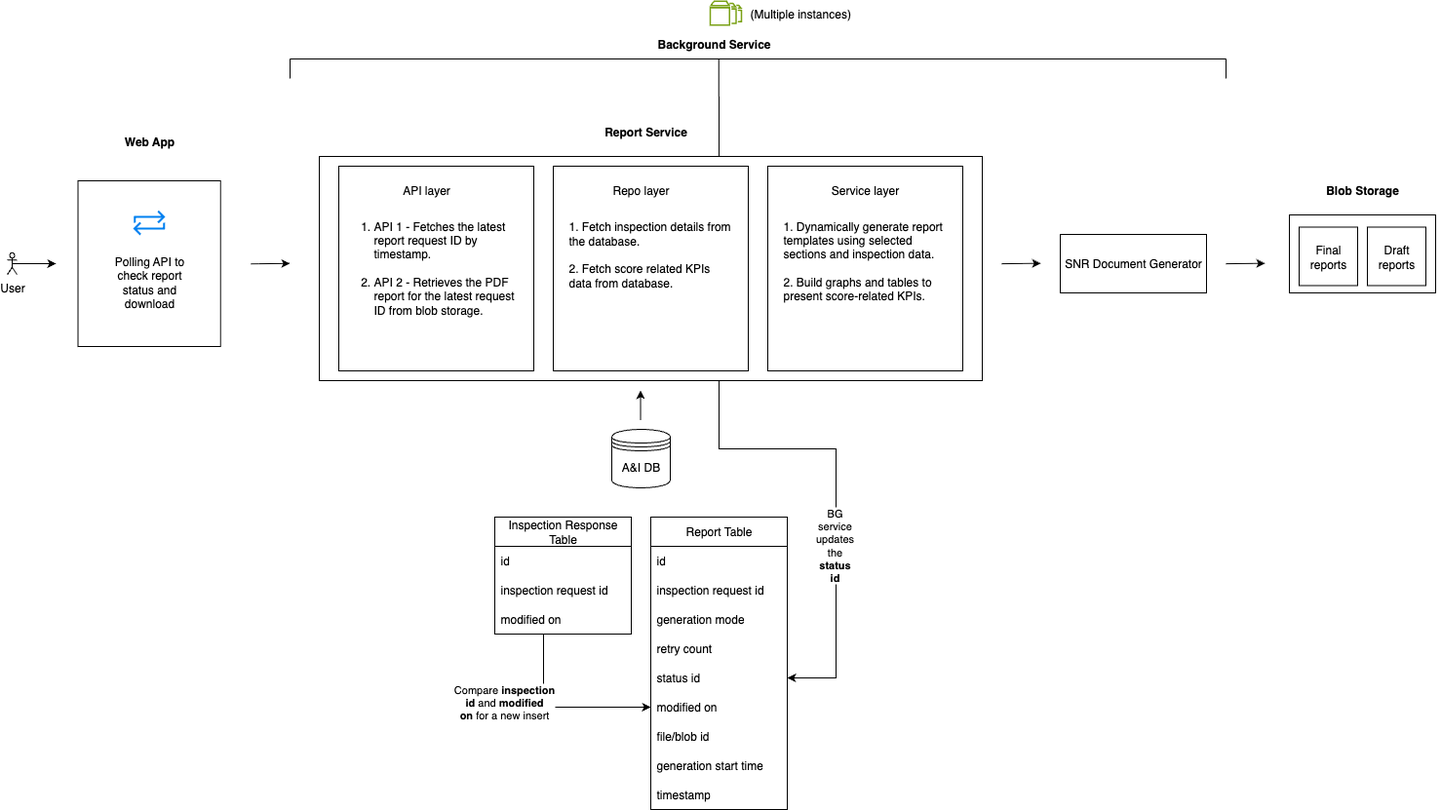
The draw.io diagram report_service.drawio.png in deb-sahu/system-designs, before a commit. Source tidied: cells renumbered, new cells last; positions are measured from the earlier drawing's top-left corner, leaving out a move shared by most shapes.
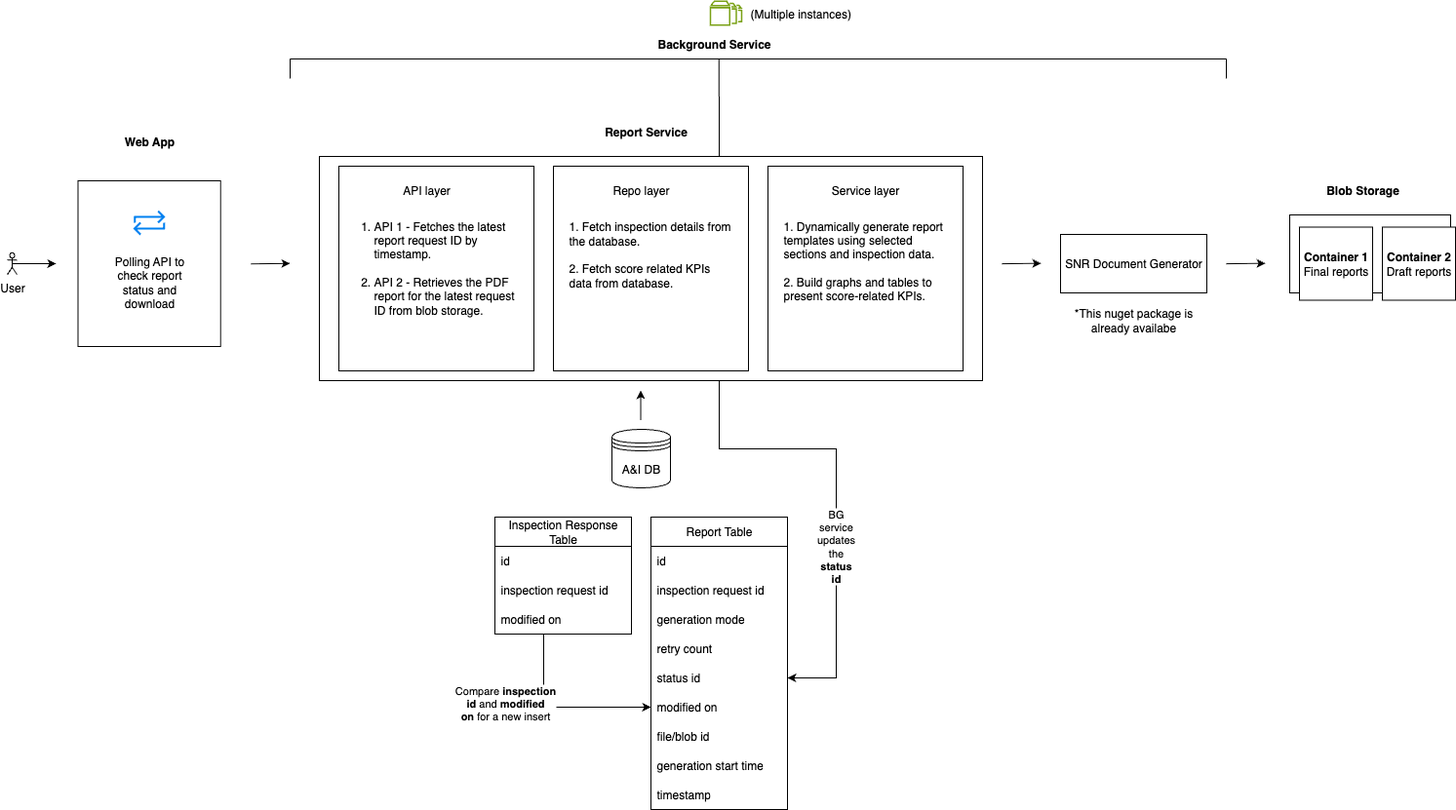
After the commit.

Change to the diagram source:
```diff
@@ -139,17 +139,14 @@
       </mxGeometry>
     </mxCell>
     <mxCell id="39" style="rounded=0;whiteSpace=wrap;html=1;" parent="1" vertex="1">
-      <mxGeometry x="1315" y="220" width="150" height="80" as="geometry" />
+      <mxGeometry x="1315" y="220" width="165" height="80" as="geometry" />
     </mxCell>
-    <mxCell id="40" value="Final reports" style="whiteSpace=wrap;html=1;" parent="1" vertex="1">
-      <mxGeometry x="1325" y="232.5" width="60" height="60" as="geometry" />
+    <mxCell id="40" value="&lt;b&gt;Container 1&lt;/b&gt;&lt;div&gt;Final reports&lt;/div&gt;" style="whiteSpace=wrap;html=1;" parent="1" vertex="1">
+      <mxGeometry x="1325" y="232.5" width="75" height="75" as="geometry" />
     </mxCell>
     <mxCell id="41" value="Blob Storage" style="text;html=1;align=center;verticalAlign=middle;whiteSpace=wrap;rounded=0;fontStyle=1;" parent="1" vertex="1">
       <mxGeometry x="1310" y="180" width="160" height="30" as="geometry" />
     </mxCell>
-    <mxCell id="42" value="Draft reports" style="whiteSpace=wrap;html=1;" parent="1" vertex="1">
-      <mxGeometry x="1395" y="232.5" width="60" height="60" as="geometry" />
-    </mxCell>
     <mxCell id="43" style="rounded=0;whiteSpace=wrap;html=1;rotation=90;" parent="1" vertex="1">
       <mxGeometry x="60.6" y="196.9" width="170" height="146.2" as="geometry" />
     </mxCell>
@@ -203,5 +200,11 @@
         <mxPoint x="-1" y="9" as="offset" />
       </mxGeometry>
     </mxCell>
+    <mxCell id="56" value="*This nuget package is already availabe" style="text;html=1;align=center;verticalAlign=middle;whiteSpace=wrap;rounded=0;" parent="1" vertex="1">
+      <mxGeometry x="1075" y="313.1" width="160" height="30" as="geometry" />
+    </mxCell>
+    <mxCell id="57" value="&lt;b&gt;Container 2&lt;/b&gt;&lt;div&gt;Draft reports&lt;/div&gt;" style="whiteSpace=wrap;html=1;" parent="1" vertex="1">
+      <mxGeometry x="1410" y="232.5" width="75" height="75" as="geometry" />
+    </mxCell>
   </root>
 </mxGraphModel>
```
